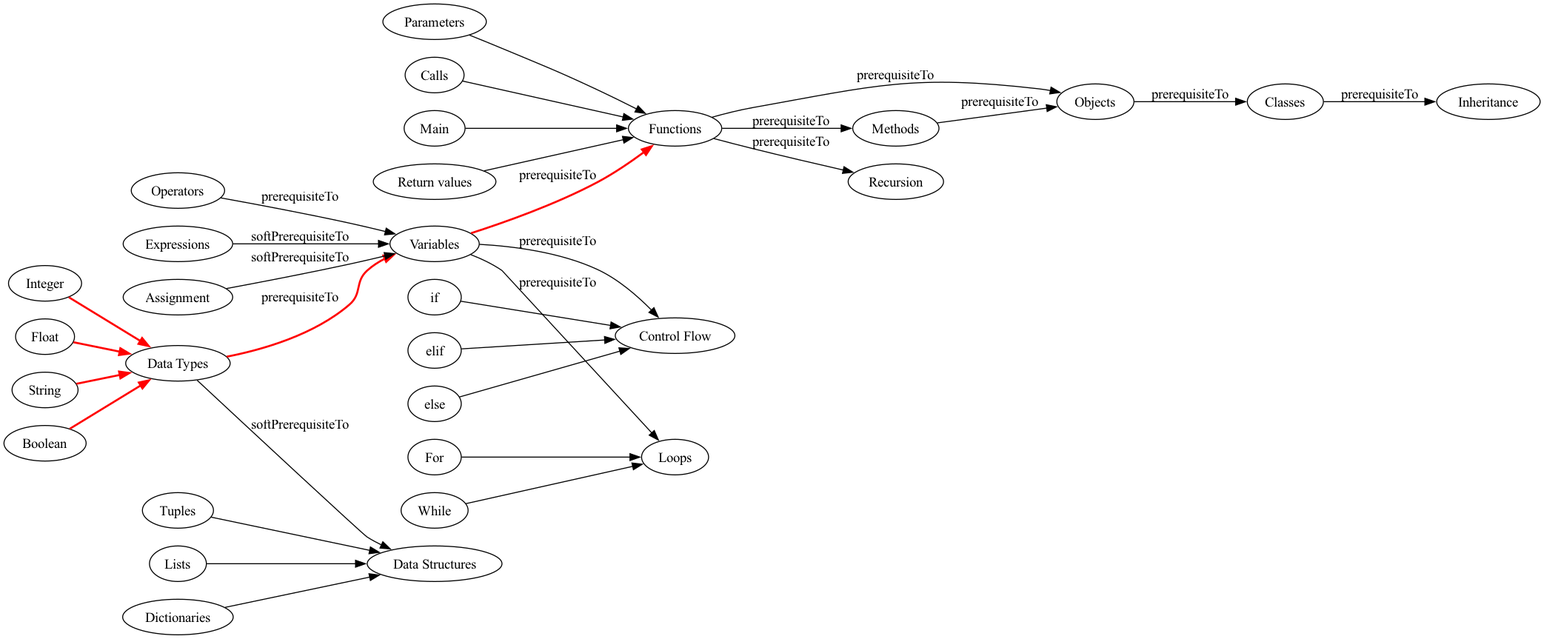
Above: graphviz/Sequence1.png in ezrichards/concept-graph (Graphviz), before the change. Its source is kept beside it as graphviz/Sequence1.dot.
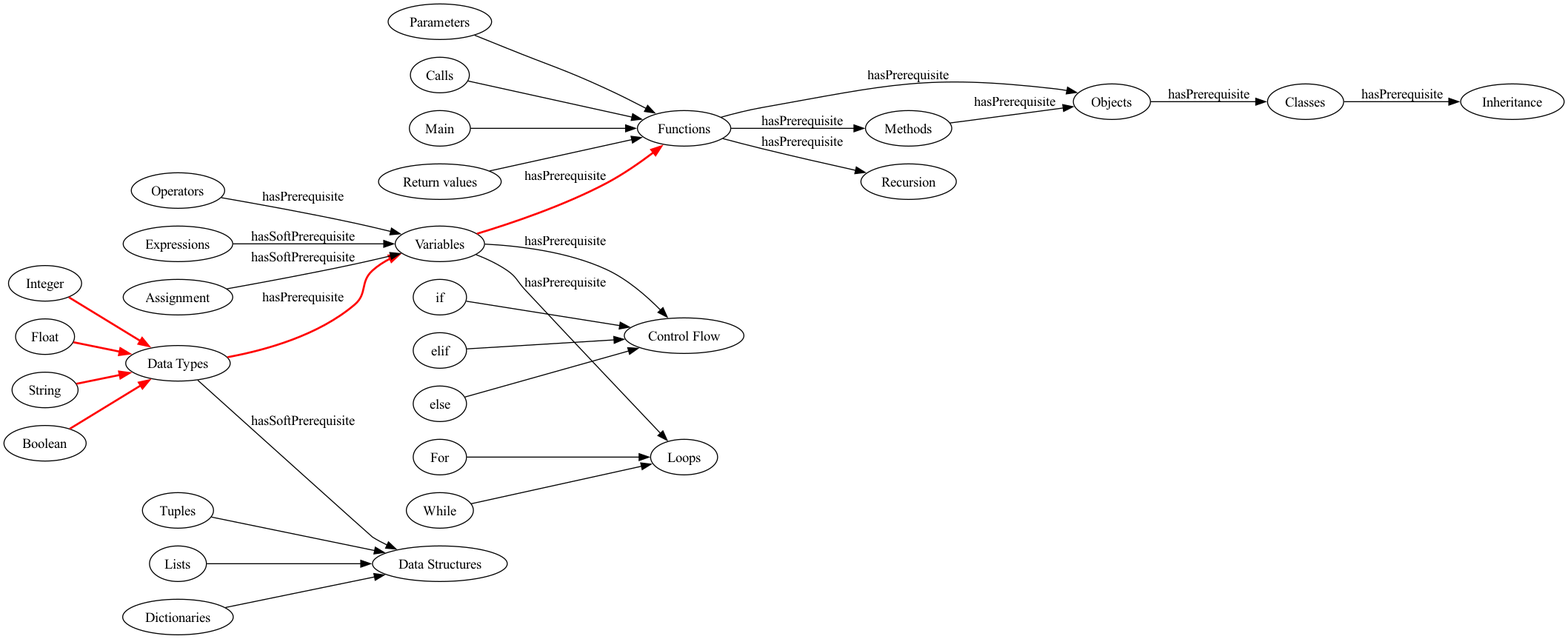
After the change.

Change to the diagram source:
```diff
@@ -8,22 +8,22 @@
    "Boolean" -> "Data Types" [color=red,penwidth=2.0];
 
    # nodes into variables
-   "Data Types" -> "Variables" [ label="prerequisiteTo",color=red,penwidth=2.0 ];
-   "Operators" -> "Variables" [ label="prerequisiteTo" ];
-   "Expressions" -> "Variables" [ label="softPrerequisiteTo" ];
-   "Assignment" -> "Variables" [ label="softPrerequisiteTo" ];
+   "Data Types" -> "Variables" [ label="hasPrerequisite",color=red,penwidth=2.0 ];
+   "Operators" -> "Variables" [ label="hasPrerequisite" ];
+   "Expressions" -> "Variables" [ label="hasSoftPrerequisite" ];
+   "Assignment" -> "Variables" [ label="hasSoftPrerequisite" ];
 
    # nodes away from variables
-   "Variables" -> "Functions" [ label="prerequisiteTo", color=red,penwidth=2.0 ];
-   "Variables" -> "Control Flow" [ label="prerequisiteTo" ];
-   "Variables" -> "Loops" [ label="prerequisiteTo" ];
+   "Variables" -> "Functions" [ label="hasPrerequisite", color=red,penwidth=2.0 ];
+   "Variables" -> "Control Flow" [ label="hasPrerequisite" ];
+   "Variables" -> "Loops" [ label="hasPrerequisite" ];
 
    # functions
-   "Functions" -> "Objects" [ label="prerequisiteTo" ];
-   "Functions" -> "Recursion" [ label="prerequisiteTo" ];
-   "Functions" -> "Methods" [ label="prerequisiteTo" ];
+   "Functions" -> "Objects" [ label="hasPrerequisite" ];
+   "Functions" -> "Recursion" [ label="hasPrerequisite" ];
+   "Functions" -> "Methods" [ label="hasPrerequisite" ];
 
-   "Methods" -> "Objects" [ label="prerequisiteTo" ];
+   "Methods" -> "Objects" [ label="hasPrerequisite" ];
 
    # functions children
    "Return values" -> "Functions";
@@ -41,13 +41,13 @@
    "else" -> "Control Flow"
 
    # objects & classes
-   "Objects" -> "Classes" [ label="prerequisiteTo" ];
-   "Classes" -> "Inheritance" [ label="prerequisiteTo" ];
+   "Objects" -> "Classes" [ label="hasPrerequisite" ];
+   "Classes" -> "Inheritance" [ label="hasPrerequisite" ];
 
    # data structures
    "Lists" -> "Data Structures"
    "Dictionaries" -> "Data Structures"
    "Tuples" -> "Data Structures"
 
-   "Data Types" -> "Data Structures" [ label="softPrerequisiteTo" ];
+   "Data Types" -> "Data Structures" [ label="hasSoftPrerequisite" ];
 }
```
